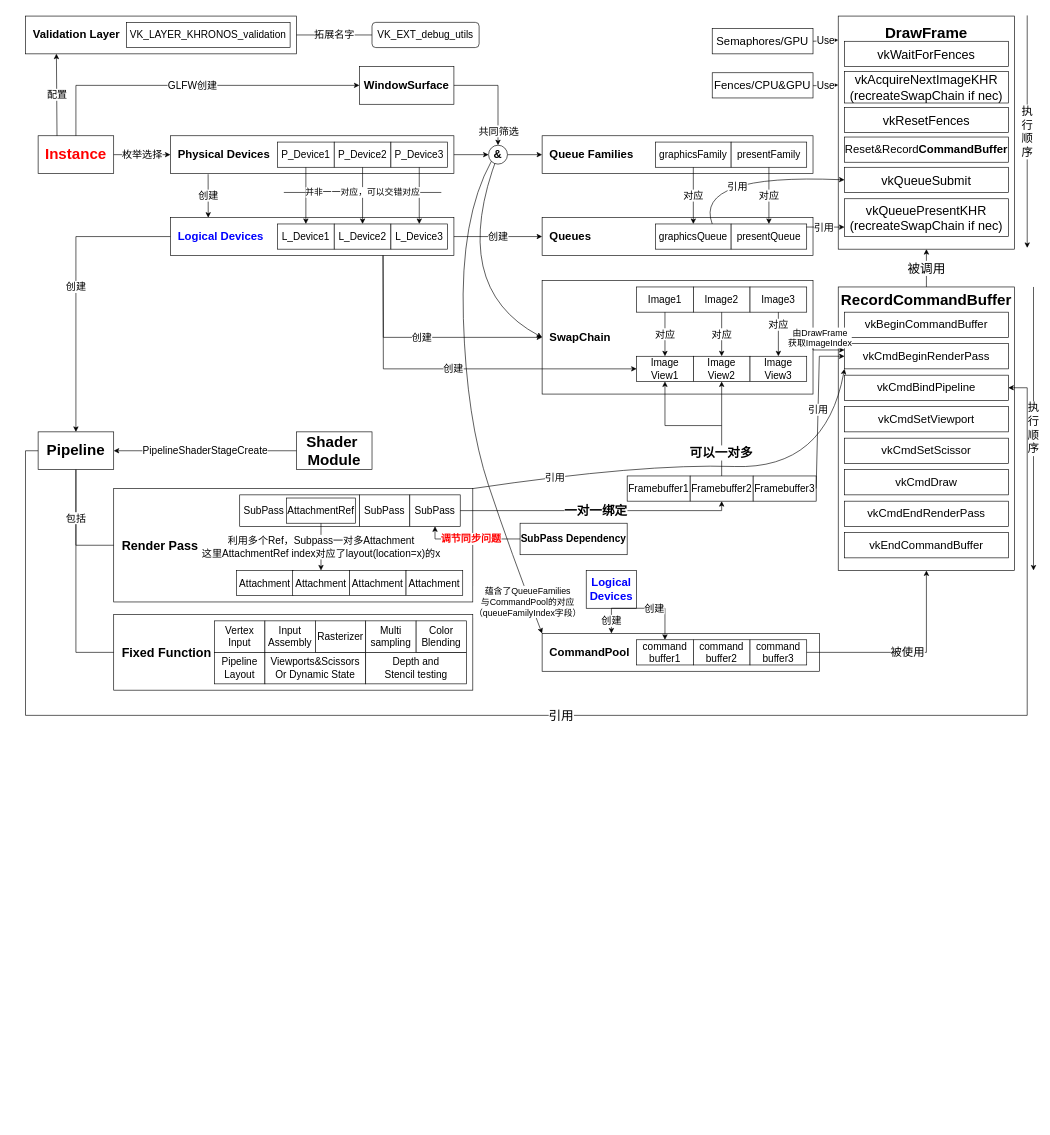
Above: mindmaps/draw_triangle_mindmap.drawio in SleepEaaarly/Vulkan-Learning (draw.io), before the change. Source tidied: cells renumbered, new cells numbered last; positions are measured from the earlier drawing's top-left corner, leaving out a move shared by most shapes. Both pictures are drawn from the tidied source at 63%, with x=0, y=0 at pixel (25, 15).
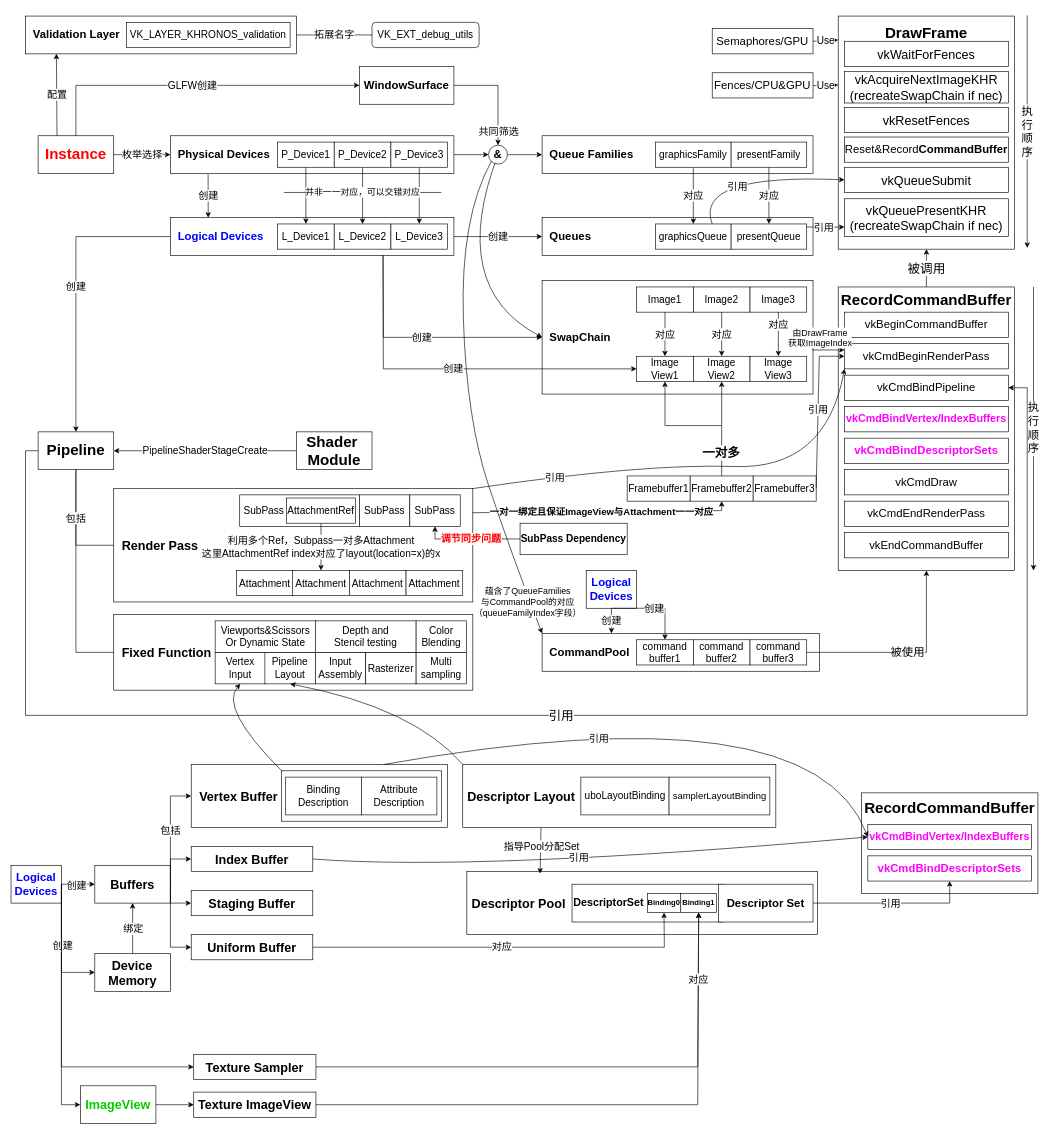
The same page after the edit.

Commit message (it also covers changes not shown here):
mindmap-finished

Unchanged cells that the change refers to:
```xml
<mxCell id="56" value="&lt;b&gt;&lt;font style=&quot;font-size: 20px;&quot;&gt;&amp;nbsp; Render Pass&lt;/font&gt;&lt;/b&gt;" style="rounded=0;whiteSpace=wrap;html=1;align=left;" parent="1" vertex="1">
  <mxGeometry x="140" y="751" width="570" height="180" as="geometry" />
</mxCell>
<mxCell id="69" value="&lt;font style=&quot;font-size: 16px;&quot;&gt;SubPass&lt;/font&gt;" style="rounded=0;whiteSpace=wrap;html=1;" parent="1" vertex="1">
  <mxGeometry x="610" y="761" width="80" height="50" as="geometry" />
</mxCell>
<mxCell id="79" value="&lt;span style=&quot;font-size: 16px;&quot;&gt;Framebuffer2&lt;/span&gt;" style="rounded=0;whiteSpace=wrap;html=1;" parent="1" vertex="1">
  <mxGeometry x="1055" y="731" width="100" height="40" as="geometry" />
</mxCell>
<mxCell id="82" style="endArrow=classic;html=1;rounded=0;entryX=0.5;entryY=1;entryDx=0;entryDy=0;exitX=0.5;exitY=0;exitDx=0;exitDy=0;" parent="1" edge="1" source="79" target="45">
  <mxGeometry relative="1" as="geometry" />
</mxCell>
```

Change to the diagram source:
```diff
@@
     <mxCell id="59" value="&lt;font style=&quot;font-size: 16px;&quot;&gt;Vertex&lt;br&gt;Input&lt;/font&gt;" style="rounded=0;whiteSpace=wrap;html=1;" parent="1" vertex="1">
-      <mxGeometry x="300" y="961" width="80" height="50" as="geometry" />
+      <mxGeometry x="301" y="1011" width="80" height="50" as="geometry" />
     </mxCell>
     <mxCell id="60" value="&lt;font style=&quot;font-size: 16px;&quot;&gt;Pipeline&lt;br&gt;Layout&lt;/font&gt;" style="rounded=0;whiteSpace=wrap;html=1;" parent="1" vertex="1">
-      <mxGeometry x="300" y="1011" width="80" height="50" as="geometry" />
+      <mxGeometry x="380" y="1011" width="80" height="50" as="geometry" />
     </mxCell>
     <mxCell id="61" value="&lt;font style=&quot;font-size: 16px;&quot;&gt;Input&lt;br&gt;Assembly&lt;/font&gt;" style="rounded=0;whiteSpace=wrap;html=1;" parent="1" vertex="1">
-      <mxGeometry x="380" y="961" width="80" height="50" as="geometry" />
+      <mxGeometry x="460" y="1011" width="80" height="50" as="geometry" />
     </mxCell>
     <mxCell id="62" value="&lt;font style=&quot;font-size: 16px;&quot;&gt;Viewports&amp;amp;Scissors&lt;br&gt;Or Dynamic State&lt;/font&gt;" style="rounded=0;whiteSpace=wrap;html=1;" parent="1" vertex="1">
-      <mxGeometry x="380" y="1011" width="160" height="50" as="geometry" />
+      <mxGeometry x="301" y="961" width="160" height="50" as="geometry" />
     </mxCell>
     <mxCell id="63" value="&lt;font style=&quot;font-size: 16px;&quot;&gt;Rasterizer&lt;/font&gt;" style="rounded=0;whiteSpace=wrap;html=1;" parent="1" vertex="1">
-      <mxGeometry x="460" y="961" width="80" height="50" as="geometry" />
+      <mxGeometry x="540" y="1011" width="80" height="50" as="geometry" />
     </mxCell>
     <mxCell id="64" value="&lt;font style=&quot;font-size: 16px;&quot;&gt;Multi&lt;br&gt;sampling&lt;/font&gt;" style="rounded=0;whiteSpace=wrap;html=1;" parent="1" vertex="1">
-      <mxGeometry x="540" y="961" width="80" height="50" as="geometry" />
+      <mxGeometry x="620" y="1011" width="80" height="50" as="geometry" />
     </mxCell>
     <mxCell id="65" value="&lt;font style=&quot;font-size: 16px;&quot;&gt;Depth and &lt;br&gt;Stencil testing&lt;/font&gt;" style="rounded=0;whiteSpace=wrap;html=1;" parent="1" vertex="1">
-      <mxGeometry x="540" y="1011" width="160" height="50" as="geometry" />
+      <mxGeometry x="460" y="961" width="160" height="50" as="geometry" />
     </mxCell>
@@
-    <mxCell id="81" value="&lt;b&gt;&lt;font style=&quot;font-size: 20px;&quot;&gt;一对一绑定&lt;/font&gt;&lt;/b&gt;" style="endArrow=classic;html=1;rounded=0;exitX=1;exitY=0.5;exitDx=0;exitDy=0;entryX=0.5;entryY=1;entryDx=0;entryDy=0;" parent="1" edge="1" source="69" target="79">
+    <mxCell id="81" value="&lt;b&gt;&lt;font style=&quot;font-size: 15px;&quot;&gt;一对一绑定且保证ImageView与Attachment一一对应&lt;/font&gt;&lt;/b&gt;" style="endArrow=classic;html=1;rounded=0;entryX=0.5;entryY=1;entryDx=0;entryDy=0;exitX=0.999;exitY=0.213;exitDx=0;exitDy=0;exitPerimeter=0;" parent="1" edge="1" source="56" target="79">
       <mxGeometry relative="1" as="geometry">
         <Array as="points">
           <mxPoint x="1105" y="786" />
         </Array>
       </mxGeometry>
     </mxCell>
@@
-    <mxCell id="83" value="&lt;b&gt;&lt;font style=&quot;font-size: 20px;&quot;&gt;可以一对多&lt;/font&gt;&lt;/b&gt;" style="edgeLabel;html=1;align=center;verticalAlign=middle;" parent="82" vertex="1">
+    <mxCell id="83" value="&lt;b&gt;&lt;font style=&quot;font-size: 20px;&quot;&gt;一对多&lt;/font&gt;&lt;/b&gt;" style="edgeLabel;html=1;align=center;verticalAlign=middle;" parent="82" vertex="1">
       <mxGeometry x="-0.5" y="2" relative="1" as="geometry" />
     </mxCell>
@@
-    <mxCell id="103" value="&lt;span style=&quot;font-size: 18px;&quot;&gt;vkCmdSetViewport&lt;/span&gt;" style="rounded=0;whiteSpace=wrap;html=1;" parent="1" vertex="1">
+    <mxCell id="103" value="&lt;font style=&quot;color: rgb(255, 0, 255); font-size: 17px;&quot;&gt;&lt;b style=&quot;&quot;&gt;vkCmdBindVertex/IndexBuffers&lt;/b&gt;&lt;/font&gt;" style="rounded=0;whiteSpace=wrap;html=1;" parent="1" vertex="1">
       <mxGeometry x="1300" y="621" width="260" height="40" as="geometry" />
     </mxCell>
-    <mxCell id="104" value="&lt;span style=&quot;font-size: 18px;&quot;&gt;vkCmdSetScissor&lt;/span&gt;" style="rounded=0;whiteSpace=wrap;html=1;" parent="1" vertex="1">
+    <mxCell id="104" value="&lt;span style=&quot;font-size: 18px;&quot;&gt;&lt;font style=&quot;color: rgb(255, 0, 255);&quot;&gt;&lt;b&gt;vkCmdBindDescriptorSets&lt;/b&gt;&lt;/font&gt;&lt;/span&gt;" style="rounded=0;whiteSpace=wrap;html=1;" parent="1" vertex="1">
       <mxGeometry x="1300" y="671" width="260" height="40" as="geometry" />
     </mxCell>
@@
+    <mxCell id="127" value="&lt;span style=&quot;font-size: 20px;&quot;&gt;&lt;b&gt;&amp;nbsp; Vertex Buffer&lt;/b&gt;&lt;/span&gt;" style="rounded=0;whiteSpace=wrap;html=1;align=left;" parent="1" vertex="1">
+      <mxGeometry x="263" y="1189" width="407" height="100" as="geometry" />
+    </mxCell>
+    <mxCell id="128" style="curved=1;endArrow=classic;html=1;rounded=0;exitX=0;exitY=0;exitDx=0;exitDy=0;entryX=0.5;entryY=1;entryDx=0;entryDy=0;" parent="1" edge="1" source="129" target="59">
+      <mxGeometry relative="1" as="geometry">
+        <Array as="points">
+          <mxPoint x="307" y="1099" />
+        </Array>
+      </mxGeometry>
+    </mxCell>
+    <mxCell id="129" style="rounded=0;whiteSpace=wrap;html=1;" parent="1" vertex="1">
+      <mxGeometry x="406.5" y="1199" width="253.5" height="80" as="geometry" />
+    </mxCell>
+    <mxCell id="130" value="&lt;font style=&quot;font-size: 16px;&quot;&gt;Binding Description&lt;/font&gt;" style="rounded=0;whiteSpace=wrap;html=1;" parent="1" vertex="1">
+      <mxGeometry x="413" y="1209" width="120" height="60" as="geometry" />
+    </mxCell>
+    <mxCell id="131" value="&lt;font style=&quot;font-size: 16px;&quot;&gt;Attribute Description&lt;/font&gt;" style="rounded=0;whiteSpace=wrap;html=1;" parent="1" vertex="1">
+      <mxGeometry x="533" y="1209" width="120" height="60" as="geometry" />
+    </mxCell>
+    <mxCell id="132" value="&lt;div style=&quot;&quot;&gt;&lt;b style=&quot;color: light-dark(rgb(0, 0, 255), rgb(237, 237, 237)); font-size: 18px; background-color: transparent;&quot;&gt;Logical Devices&lt;/b&gt;&lt;/div&gt;" style="rounded=0;whiteSpace=wrap;html=1;align=center;" parent="1" vertex="1">
+      <mxGeometry x="-23" y="1349" width="80" height="60" as="geometry" />
+    </mxCell>
+    <mxCell id="133" value="&lt;b style=&quot;font-size: 20px; text-align: left;&quot;&gt;Buffers&lt;/b&gt;" style="rounded=0;whiteSpace=wrap;html=1;" parent="1" vertex="1">
+      <mxGeometry x="110" y="1349" width="120" height="60" as="geometry" />
+    </mxCell>
+    <mxCell id="134" style="endArrow=classic;html=1;rounded=0;exitX=1;exitY=0.5;exitDx=0;exitDy=0;entryX=0;entryY=0.5;entryDx=0;entryDy=0;" parent="1" edge="1" source="132" target="133">
+      <mxGeometry relative="1" as="geometry" />
+    </mxCell>
+    <mxCell id="135" value="&lt;font style=&quot;font-size: 16px;&quot;&gt;创建&lt;/font&gt;" style="edgeLabel;html=1;align=center;verticalAlign=middle;" parent="134" vertex="1">
+      <mxGeometry x="-0.13" y="-1" relative="1" as="geometry" />
+    </mxCell>
+    <mxCell id="136" style="endArrow=classic;html=1;rounded=0;exitX=1;exitY=0.5;exitDx=0;exitDy=0;entryX=0;entryY=0.5;entryDx=0;entryDy=0;" parent="1" edge="1" source="133" target="127">
+      <mxGeometry relative="1" as="geometry">
+        <Array as="points">
+          <mxPoint x="230" y="1239" />
+        </Array>
+      </mxGeometry>
+    </mxCell>
+    <mxCell id="137" value="&lt;font style=&quot;font-size: 16px;&quot;&gt;包括&lt;/font&gt;" style="edgeLabel;html=1;align=center;verticalAlign=middle;" parent="136" vertex="1">
+      <mxGeometry x="-0.01" y="1" relative="1" as="geometry" />
+    </mxCell>
+    <mxCell id="138" value="&lt;div style=&quot;text-align: left;&quot;&gt;&lt;span style=&quot;background-color: transparent; color: light-dark(rgb(0, 0, 0), rgb(255, 255, 255)); font-size: 20px;&quot;&gt;&lt;b&gt;&amp;nbsp;Device&lt;/b&gt;&lt;/span&gt;&lt;/div&gt;&lt;div style=&quot;text-align: left;&quot;&gt;&lt;span style=&quot;background-color: transparent; color: light-dark(rgb(0, 0, 0), rgb(255, 255, 255)); font-size: 20px;&quot;&gt;&lt;b&gt;Memory&lt;/b&gt;&lt;/span&gt;&lt;/div&gt;" style="rounded=0;whiteSpace=wrap;html=1;" parent="1" vertex="1">
+      <mxGeometry x="110" y="1489" width="120" height="60" as="geometry" />
+    </mxCell>
+    <mxCell id="139" style="endArrow=classic;html=1;rounded=0;exitX=1;exitY=0.5;exitDx=0;exitDy=0;entryX=0;entryY=0.5;entryDx=0;entryDy=0;" parent="1" edge="1" source="132" target="138">
+      <mxGeometry relative="1" as="geometry">
+        <Array as="points">
+          <mxPoint x="57" y="1519" />
+        </Array>
+      </mxGeometry>
+    </mxCell>
+    <mxCell id="140" value="&lt;font style=&quot;font-size: 16px;&quot;&gt;创建&lt;/font&gt;" style="edgeLabel;html=1;align=center;verticalAlign=middle;" parent="139" vertex="1">
+      <mxGeometry x="0.01" y="1" relative="1" as="geometry" />
+    </mxCell>
+    <mxCell id="141" style="endArrow=classic;html=1;rounded=0;exitX=0.5;exitY=0;exitDx=0;exitDy=0;entryX=0.5;entryY=1;entryDx=0;entryDy=0;" parent="1" edge="1" source="138" target="133">
+      <mxGeometry relative="1" as="geometry" />
+    </mxCell>
+    <mxCell id="142" value="&lt;font style=&quot;font-size: 16px;&quot;&gt;绑定&lt;/font&gt;" style="edgeLabel;html=1;align=center;verticalAlign=middle;" parent="141" vertex="1">
+      <mxGeometry x="-0.15" y="3" relative="1" as="geometry">
+        <mxPoint x="3" y="-6" as="offset" />
+      </mxGeometry>
+    </mxCell>
+    <mxCell id="143" value="&lt;span style=&quot;font-size: 20px;&quot;&gt;&lt;b&gt;Index Buffer&lt;/b&gt;&lt;/span&gt;" style="rounded=0;whiteSpace=wrap;html=1;align=center;" parent="1" vertex="1">
+      <mxGeometry x="263" y="1319" width="193" height="40" as="geometry" />
+    </mxCell>
+    <mxCell id="144" value="&lt;span style=&quot;font-size: 20px;&quot;&gt;&lt;b&gt;Staging Buffer&lt;/b&gt;&lt;/span&gt;" style="rounded=0;whiteSpace=wrap;html=1;align=center;" parent="1" vertex="1">
+      <mxGeometry x="263" y="1389" width="193" height="40" as="geometry" />
+    </mxCell>
+    <mxCell id="145" value="&lt;span style=&quot;font-size: 20px;&quot;&gt;&lt;b&gt;Uniform Buffer&lt;/b&gt;&lt;/span&gt;" style="rounded=0;whiteSpace=wrap;html=1;align=center;" parent="1" vertex="1">
+      <mxGeometry x="263" y="1459" width="193" height="40" as="geometry" />
+    </mxCell>
+    <mxCell id="146" style="endArrow=classic;html=1;rounded=0;exitX=1;exitY=0.5;exitDx=0;exitDy=0;entryX=0;entryY=0.5;entryDx=0;entryDy=0;" parent="1" edge="1" source="133" target="143">
+      <mxGeometry relative="1" as="geometry">
+        <Array as="points">
+          <mxPoint x="230" y="1339" />
+        </Array>
+      </mxGeometry>
+    </mxCell>
+    <mxCell id="147" style="endArrow=classic;html=1;rounded=0;exitX=1;exitY=0.5;exitDx=0;exitDy=0;entryX=0;entryY=0.5;entryDx=0;entryDy=0;" parent="1" edge="1" source="133" target="144">
+      <mxGeometry relative="1" as="geometry">
+        <Array as="points">
+          <mxPoint x="230" y="1409" />
+        </Array>
+      </mxGeometry>
+    </mxCell>
+    <mxCell id="148" style="endArrow=classic;html=1;rounded=0;exitX=1;exitY=0.5;exitDx=0;exitDy=0;entryX=0;entryY=0.5;entryDx=0;entryDy=0;" parent="1" edge="1" source="133" target="145">
+      <mxGeometry relative="1" as="geometry">
+        <Array as="points">
+          <mxPoint x="230" y="1479" />
+        </Array>
+      </mxGeometry>
+    </mxCell>
+    <mxCell id="149" value="&lt;font style=&quot;font-size: 20px;&quot;&gt;&lt;b&gt;Texture Sampler&lt;/b&gt;&lt;/font&gt;" style="rounded=0;whiteSpace=wrap;html=1;" parent="1" vertex="1">
+      <mxGeometry x="267" y="1649" width="194" height="40" as="geometry" />
+    </mxCell>
+    <mxCell id="150" value="&lt;span style=&quot;font-size: 20px;&quot;&gt;&lt;b&gt;Texture ImageView&lt;/b&gt;&lt;/span&gt;" style="rounded=0;whiteSpace=wrap;html=1;" parent="1" vertex="1">
+      <mxGeometry x="267" y="1709" width="194" height="40" as="geometry" />
+    </mxCell>
+    <mxCell id="151" value="&lt;b style=&quot;font-size: 20px; text-align: left;&quot;&gt;&lt;font style=&quot;color: rgb(0, 204, 0);&quot;&gt;ImageView&lt;/font&gt;&lt;/b&gt;" style="rounded=0;whiteSpace=wrap;html=1;" parent="1" vertex="1">
+      <mxGeometry x="87" y="1699" width="120" height="60" as="geometry" />
+    </mxCell>
+    <mxCell id="152" style="endArrow=classic;html=1;rounded=0;exitX=1;exitY=0.5;exitDx=0;exitDy=0;entryX=0;entryY=0.5;entryDx=0;entryDy=0;" parent="1" edge="1" source="151" target="150">
+      <mxGeometry relative="1" as="geometry" />
+    </mxCell>
+    <mxCell id="153" value="&lt;font style=&quot;font-size: 20px;&quot;&gt;&lt;b&gt;&amp;nbsp;Descriptor Pool&lt;/b&gt;&lt;/font&gt;" style="rounded=0;whiteSpace=wrap;html=1;align=left;" parent="1" vertex="1">
+      <mxGeometry x="700.5" y="1359" width="556.5" height="100" as="geometry" />
+    </mxCell>
+    <mxCell id="154" value="&lt;font style=&quot;font-size: 17px;&quot;&gt;&lt;b style=&quot;&quot;&gt;DescriptorSet&lt;/b&gt;&lt;/font&gt;" style="rounded=0;whiteSpace=wrap;html=1;align=left;" parent="1" vertex="1">
+      <mxGeometry x="867.5" y="1379" width="239.5" height="60" as="geometry" />
+    </mxCell>
+    <mxCell id="155" value="&lt;font style=&quot;font-size: 18px;&quot;&gt;Descriptor Set&lt;/font&gt;" style="rounded=0;whiteSpace=wrap;html=1;fontStyle=1;" parent="1" vertex="1">
+      <mxGeometry x="1100" y="1379" width="150" height="60" as="geometry" />
+    </mxCell>
+    <mxCell id="156" value="&lt;font style=&quot;font-size: 20px;&quot;&gt;&lt;b&gt;&amp;nbsp;Descriptor Layout&lt;/b&gt;&lt;/font&gt;" style="rounded=0;whiteSpace=wrap;html=1;align=left;" parent="1" vertex="1">
+      <mxGeometry x="694" y="1189" width="497" height="100" as="geometry" />
+    </mxCell>
+    <mxCell id="157" value="&lt;font style=&quot;font-size: 16px;&quot;&gt;uboLayoutBinding&lt;/font&gt;" style="rounded=0;whiteSpace=wrap;html=1;" parent="1" vertex="1">
+      <mxGeometry x="881.5" y="1209" width="140" height="60" as="geometry" />
+    </mxCell>
+    <mxCell id="158" value="&lt;font style=&quot;font-size: 15px;&quot;&gt;samplerLayoutBinding&lt;/font&gt;" style="rounded=0;whiteSpace=wrap;html=1;" parent="1" vertex="1">
+      <mxGeometry x="1021.5" y="1209" width="160" height="60" as="geometry" />
+    </mxCell>
+    <mxCell id="159" style="endArrow=classic;html=1;rounded=0;exitX=0.25;exitY=1;exitDx=0;exitDy=0;entryX=0.209;entryY=0.031;entryDx=0;entryDy=0;entryPerimeter=0;" parent="1" edge="1" source="156" target="153">
+      <mxGeometry relative="1" as="geometry" />
+    </mxCell>
+    <mxCell id="160" value="&lt;font style=&quot;font-size: 16px;&quot;&gt;指导Pool分配Set&lt;/font&gt;" style="edgeLabel;html=1;align=center;verticalAlign=middle;" parent="159" vertex="1">
+      <mxGeometry x="-0.21" y="1" relative="1" as="geometry" />
+    </mxCell>
+    <mxCell id="161" style="endArrow=classic;html=1;rounded=0;exitX=1;exitY=0.5;exitDx=0;exitDy=0;entryX=0.5;entryY=1;entryDx=0;entryDy=0;" parent="1" edge="1" source="145" target="173">
+      <mxGeometry relative="1" as="geometry">
+        <Array as="points">
+          <mxPoint x="1014" y="1479" />
+        </Array>
+      </mxGeometry>
+    </mxCell>
+    <mxCell id="162" value="&lt;font style=&quot;font-size: 16px;&quot;&gt;对应&lt;/font&gt;" style="edgeLabel;html=1;align=center;verticalAlign=middle;" parent="161" vertex="1">
+      <mxGeometry x="-0.02" y="2" relative="1" as="geometry">
+        <mxPoint x="-1" as="offset" />
+      </mxGeometry>
+    </mxCell>
+    <mxCell id="163" style="endArrow=classic;html=1;rounded=0;exitX=1;exitY=0.5;exitDx=0;exitDy=0;entryX=0.5;entryY=1;entryDx=0;entryDy=0;" parent="1" edge="1" source="149" target="172">
+      <mxGeometry relative="1" as="geometry">
+        <Array as="points">
+          <mxPoint x="1067" y="1669" />
+        </Array>
+      </mxGeometry>
+    </mxCell>
+    <mxCell id="164" style="endArrow=classic;html=1;rounded=0;exitX=1;exitY=0.5;exitDx=0;exitDy=0;entryX=0.5;entryY=1;entryDx=0;entryDy=0;" parent="1" edge="1" source="150" target="172">
+      <mxGeometry relative="1" as="geometry">
+        <Array as="points">
+          <mxPoint x="1067" y="1729" />
+        </Array>
+      </mxGeometry>
+    </mxCell>
+    <mxCell id="165" value="&lt;font style=&quot;font-size: 16px;&quot;&gt;对应&lt;/font&gt;" style="edgeLabel;html=1;align=center;verticalAlign=middle;" parent="164" vertex="1">
+      <mxGeometry x="0.77" relative="1" as="geometry" />
+    </mxCell>
+    <mxCell id="166" style="curved=1;endArrow=classic;html=1;rounded=0;exitX=0;exitY=0;exitDx=0;exitDy=0;entryX=0.5;entryY=1;entryDx=0;entryDy=0;" parent="1" edge="1" source="156" target="60">
+      <mxGeometry relative="1" as="geometry">
+        <Array as="points">
+          <mxPoint x="617" y="1099" />
+        </Array>
+      </mxGeometry>
+    </mxCell>
+    <mxCell id="167" style="endArrow=classic;html=1;rounded=0;exitX=1;exitY=0.5;exitDx=0;exitDy=0;entryX=0;entryY=0.5;entryDx=0;entryDy=0;" parent="1" edge="1" source="132" target="149">
+      <mxGeometry relative="1" as="geometry">
+        <Array as="points">
+          <mxPoint x="57" y="1669" />
+        </Array>
+      </mxGeometry>
+    </mxCell>
+    <mxCell id="168" style="endArrow=classic;html=1;rounded=0;exitX=1;exitY=0.5;exitDx=0;exitDy=0;entryX=0;entryY=0.5;entryDx=0;entryDy=0;" parent="1" edge="1" source="132" target="151">
+      <mxGeometry relative="1" as="geometry">
+        <Array as="points">
+          <mxPoint x="57" y="1729" />
+        </Array>
+      </mxGeometry>
+    </mxCell>
+    <mxCell id="169" value="&lt;font style=&quot;font-size: 24px;&quot;&gt;&lt;b style=&quot;&quot;&gt;RecordCommandBuffer&lt;/b&gt;&lt;/font&gt;&lt;div&gt;&lt;font style=&quot;font-size: 20px;&quot;&gt;&lt;b&gt;&lt;br&gt;&lt;/b&gt;&lt;/font&gt;&lt;/div&gt;&lt;div&gt;&lt;br&gt;&lt;/div&gt;&lt;div&gt;&lt;br&gt;&lt;/div&gt;&lt;div&gt;&lt;br&gt;&lt;/div&gt;&lt;div&gt;&lt;br&gt;&lt;/div&gt;&lt;div&gt;&lt;br&gt;&lt;/div&gt;&lt;div&gt;&lt;br&gt;&lt;/div&gt;" style="rounded=0;whiteSpace=wrap;html=1;" parent="1" vertex="1">
+      <mxGeometry x="1327" y="1234" width="280" height="160" as="geometry" />
+    </mxCell>
+    <mxCell id="170" value="&lt;font style=&quot;color: rgb(255, 0, 255); font-size: 17px;&quot;&gt;&lt;b style=&quot;&quot;&gt;vkCmdBindVertex/IndexBuffers&lt;/b&gt;&lt;/font&gt;" style="rounded=0;whiteSpace=wrap;html=1;" parent="1" vertex="1">
+      <mxGeometry x="1337" y="1284" width="260" height="40" as="geometry" />
+    </mxCell>
+    <mxCell id="171" value="&lt;span style=&quot;font-size: 18px;&quot;&gt;&lt;font style=&quot;color: rgb(255, 0, 255);&quot;&gt;&lt;b&gt;vkCmdBindDescriptorSets&lt;/b&gt;&lt;/font&gt;&lt;/span&gt;" style="rounded=0;whiteSpace=wrap;html=1;" parent="1" vertex="1">
+      <mxGeometry x="1337" y="1334" width="260" height="40" as="geometry" />
+    </mxCell>
+    <mxCell id="172" value="&lt;b&gt;Binding1&lt;/b&gt;" style="rounded=0;whiteSpace=wrap;html=1;" parent="1" vertex="1">
+      <mxGeometry x="1040" y="1394" width="57" height="30" as="geometry" />
+    </mxCell>
+    <mxCell id="173" value="&lt;b&gt;Binding0&lt;/b&gt;" style="rounded=0;whiteSpace=wrap;html=1;" parent="1" vertex="1">
+      <mxGeometry x="987" y="1394" width="53" height="30" as="geometry" />
+    </mxCell>
+    <mxCell id="174" style="endArrow=classic;html=1;rounded=0;exitX=1;exitY=0.5;exitDx=0;exitDy=0;entryX=0.5;entryY=1;entryDx=0;entryDy=0;" parent="1" edge="1" source="155" target="171">
+      <mxGeometry relative="1" as="geometry">
+        <Array as="points">
+          <mxPoint x="1467" y="1409" />
+        </Array>
+      </mxGeometry>
+    </mxCell>
+    <mxCell id="175" value="&lt;font style=&quot;font-size: 16px;&quot;&gt;引用&lt;/font&gt;" style="edgeLabel;html=1;align=center;verticalAlign=middle;" parent="174" vertex="1">
+      <mxGeometry x="-0.03" y="-4" relative="1" as="geometry">
+        <mxPoint y="-4" as="offset" />
+      </mxGeometry>
+    </mxCell>
+    <mxCell id="176" style="curved=1;endArrow=classic;html=1;rounded=0;exitX=0.75;exitY=0;exitDx=0;exitDy=0;entryX=0;entryY=0.5;entryDx=0;entryDy=0;" parent="1" edge="1" source="127" target="170">
+      <mxGeometry relative="1" as="geometry">
+        <Array as="points">
+          <mxPoint x="1247" y="1069" />
+        </Array>
+      </mxGeometry>
+    </mxCell>
+    <mxCell id="177" value="&lt;font style=&quot;font-size: 16px;&quot;&gt;引用&lt;/font&gt;" style="edgeLabel;html=1;align=center;verticalAlign=middle;" parent="176" vertex="1">
+      <mxGeometry x="-0.27" y="-19" relative="1" as="geometry" />
+    </mxCell>
+    <mxCell id="178" style="curved=1;endArrow=classic;html=1;rounded=0;exitX=1;exitY=0.5;exitDx=0;exitDy=0;entryX=0;entryY=0.5;entryDx=0;entryDy=0;" parent="1" edge="1" source="143" target="170">
+      <mxGeometry relative="1" as="geometry">
+        <Array as="points">
+          <mxPoint x="717" y="1359" />
+        </Array>
+      </mxGeometry>
+    </mxCell>
+    <mxCell id="179" value="&lt;font style=&quot;font-size: 16px;&quot;&gt;引用&lt;/font&gt;" style="edgeLabel;html=1;align=center;verticalAlign=middle;" parent="178" vertex="1">
+      <mxGeometry x="-0.04" y="9" relative="1" as="geometry" />
+    </mxCell>
```
